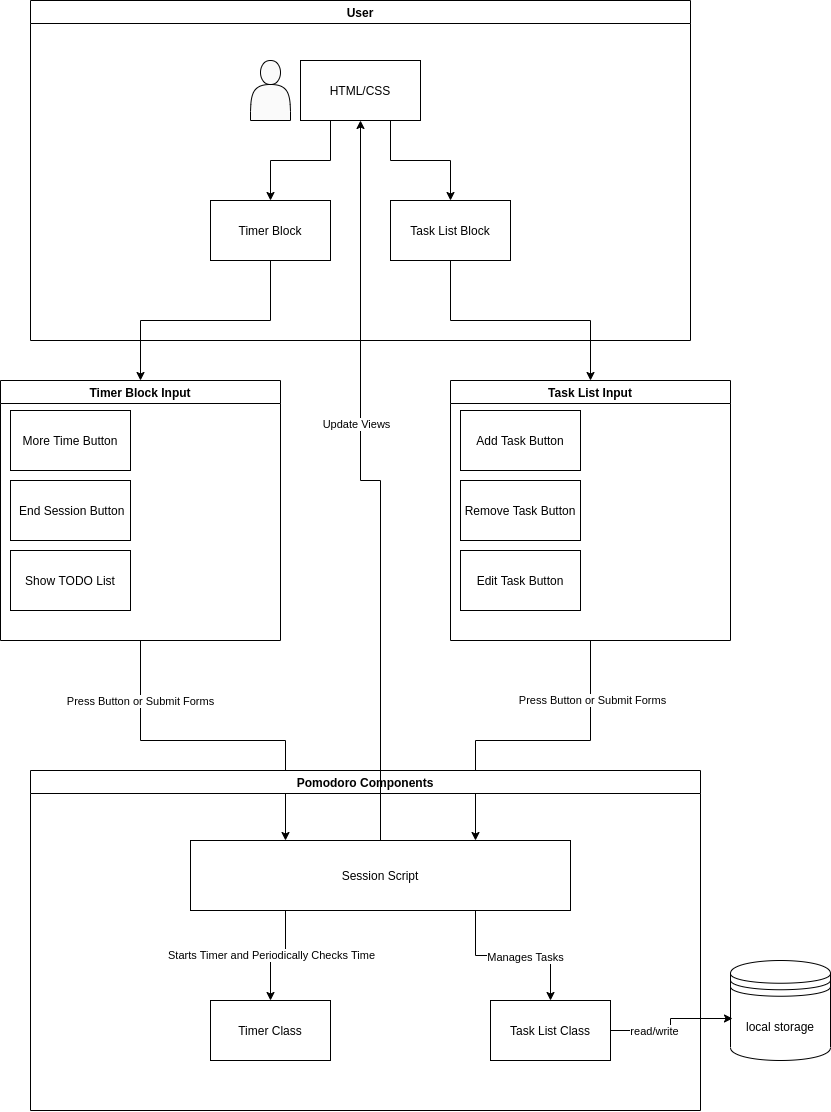
The draw.io diagram admin/pitch/systemdiagram.drawio.png in CSE-110-Group-29/Electric-Pomato, before a commit. Source tidied: cells renumbered, new cells last; positions are measured from the earlier drawing's top-left corner, leaving out a move shared by most shapes.
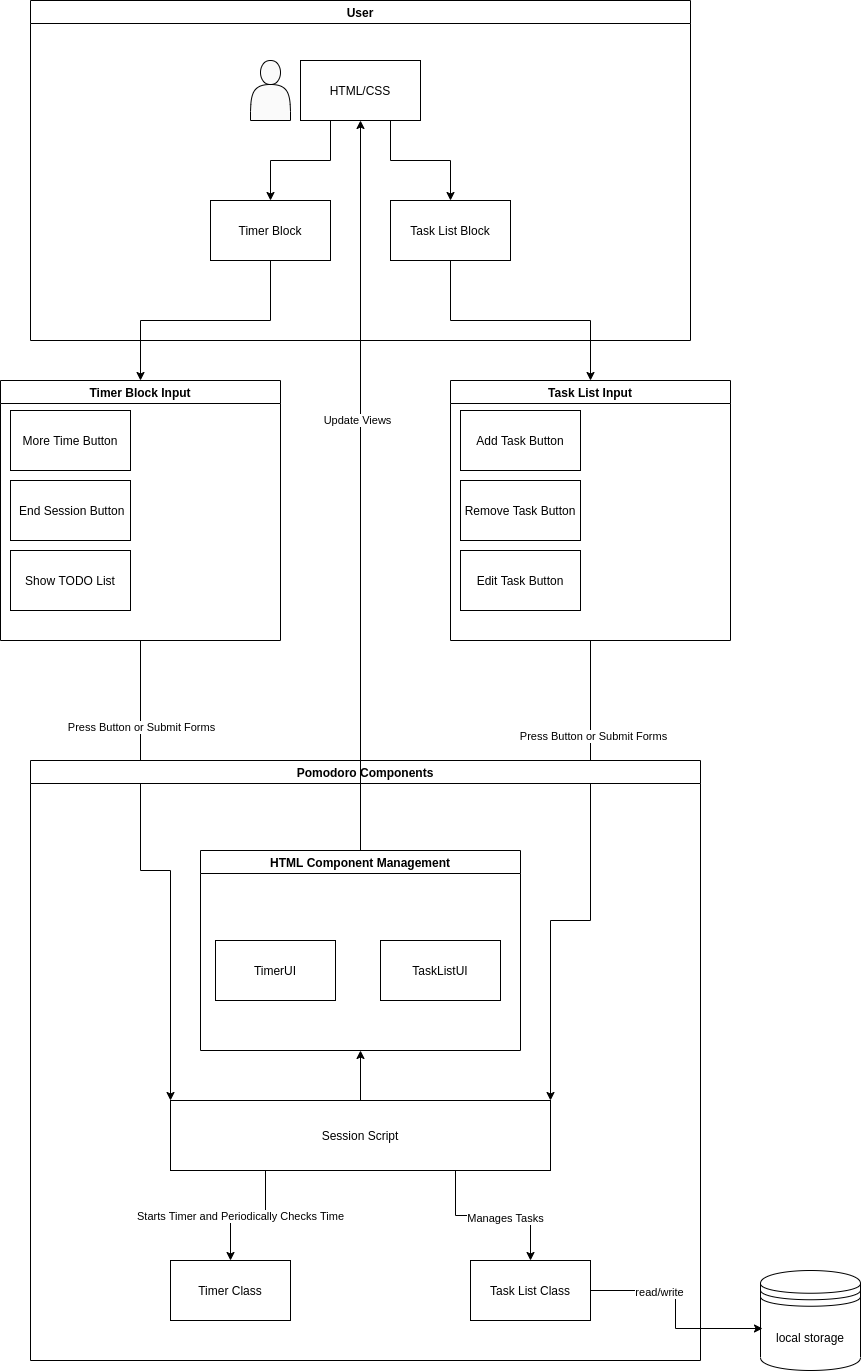
The same file after the commit.

Commit message:
TimerUI and TaskListUI are included now

What changed in the source:
```diff
@@ -23,7 +23,7 @@
     <mxCell id="8" style="shape=actor;whiteSpace=wrap;html=1;gradientColor=none;fillColor=#FAFAFA;" parent="2" vertex="1">
       <mxGeometry x="220" y="60" width="40" height="60" as="geometry" />
     </mxCell>
-    <mxCell id="9" style="edgeStyle=orthogonalEdgeStyle;rounded=0;jettySize=auto;html=1;exitX=0.5;exitY=1;exitDx=0;exitDy=0;entryX=0.25;entryY=0;entryDx=0;entryDy=0;" parent="1" edge="1" source="11" target="28">
+    <mxCell id="9" style="edgeStyle=orthogonalEdgeStyle;rounded=0;jettySize=auto;html=1;exitX=0.5;exitY=1;exitDx=0;exitDy=0;entryX=0;entryY=0;entryDx=0;entryDy=0;" parent="1" edge="1" source="11" target="28">
       <mxGeometry relative="1" as="geometry" />
     </mxCell>
     <mxCell id="10" value="Press Button or Submit Forms" style="edgeLabel;html=1;align=center;verticalAlign=middle;" parent="9" vertex="1">
@@ -44,11 +44,11 @@
     <mxCell id="15" style="edgeStyle=orthogonalEdgeStyle;rounded=0;jettySize=auto;html=1;exitX=0.5;exitY=1;exitDx=0;exitDy=0;entryX=0.5;entryY=0;entryDx=0;entryDy=0;" parent="1" edge="1" source="6" target="11">
       <mxGeometry relative="1" as="geometry" />
     </mxCell>
-    <mxCell id="16" style="edgeStyle=orthogonalEdgeStyle;rounded=0;jettySize=auto;html=1;exitX=0.5;exitY=1;exitDx=0;exitDy=0;entryX=0.75;entryY=0;entryDx=0;entryDy=0;" parent="1" edge="1" source="18" target="28">
+    <mxCell id="16" style="edgeStyle=orthogonalEdgeStyle;rounded=0;jettySize=auto;html=1;exitX=0.5;exitY=1;exitDx=0;exitDy=0;entryX=1;entryY=0;entryDx=0;entryDy=0;" parent="1" edge="1" source="18" target="28">
       <mxGeometry relative="1" as="geometry">
         <Array as="points">
-          <mxPoint x="590" y="740" />
-          <mxPoint x="475" y="740" />
+          <mxPoint x="590" y="920" />
+          <mxPoint x="550" y="920" />
         </Array>
       </mxGeometry>
     </mxCell>
@@ -71,7 +71,7 @@
       <mxGeometry relative="1" as="geometry" />
     </mxCell>
     <mxCell id="23" value="Pomodoro Components" style="swimlane;" parent="1" vertex="1">
-      <mxGeometry x="30" y="770" width="670" height="340" as="geometry" />
+      <mxGeometry x="30" y="760" width="670" height="600" as="geometry" />
     </mxCell>
     <mxCell id="24" style="edgeStyle=orthogonalEdgeStyle;rounded=0;jettySize=auto;html=1;exitX=0.25;exitY=1;exitDx=0;exitDy=0;" parent="23" edge="1" source="28" target="29">
       <mxGeometry relative="1" as="geometry" />
@@ -86,16 +86,28 @@
       <mxGeometry x="0.14" y="-2" relative="1" as="geometry" />
     </mxCell>
     <mxCell id="28" value="Session Script" style="rounded=0;whiteSpace=wrap;html=1;" parent="23" vertex="1">
-      <mxGeometry x="160" y="70" width="380" height="70" as="geometry" />
+      <mxGeometry x="140" y="340" width="380" height="70" as="geometry" />
     </mxCell>
     <mxCell id="29" value="Timer Class" style="rounded=0;whiteSpace=wrap;html=1;" parent="23" vertex="1">
-      <mxGeometry x="180" y="230" width="120" height="60" as="geometry" />
+      <mxGeometry x="140" y="500" width="120" height="60" as="geometry" />
     </mxCell>
     <mxCell id="30" value="Task List Class" style="rounded=0;whiteSpace=wrap;html=1;" parent="23" vertex="1">
-      <mxGeometry x="460" y="230" width="120" height="60" as="geometry" />
+      <mxGeometry x="440" y="500" width="120" height="60" as="geometry" />
     </mxCell>
+    <mxCell id="36" value="HTML Component Management" style="swimlane;" parent="23" vertex="1">
+      <mxGeometry x="170" y="90" width="320" height="200" as="geometry" />
+    </mxCell>
+    <mxCell id="37" value="TimerUI" style="rounded=0;whiteSpace=wrap;html=1;" parent="36" vertex="1">
+      <mxGeometry x="15" y="90" width="120" height="60" as="geometry" />
+    </mxCell>
+    <mxCell id="38" value="TaskListUI" style="rounded=0;whiteSpace=wrap;html=1;" parent="36" vertex="1">
+      <mxGeometry x="180" y="90" width="120" height="60" as="geometry" />
+    </mxCell>
+    <mxCell id="39" style="edgeStyle=orthogonalEdgeStyle;rounded=0;jettySize=auto;html=1;exitX=0.5;exitY=0;exitDx=0;exitDy=0;entryX=0.5;entryY=1;entryDx=0;entryDy=0;" parent="23" edge="1" source="28" target="36">
+      <mxGeometry relative="1" as="geometry" />
+    </mxCell>
     <mxCell id="31" value="local storage&lt;br&gt;" style="shape=datastore;whiteSpace=wrap;html=1;" parent="1" vertex="1">
-      <mxGeometry x="730" y="960" width="100" height="100" as="geometry" />
+      <mxGeometry x="760" y="1270" width="100" height="100" as="geometry" />
     </mxCell>
     <mxCell id="32" style="edgeStyle=orthogonalEdgeStyle;rounded=0;jettySize=auto;html=1;exitX=1;exitY=0.5;exitDx=0;exitDy=0;entryX=0.02;entryY=0.58;entryDx=0;entryDy=0;entryPerimeter=0;" parent="1" edge="1" source="30" target="31">
       <mxGeometry relative="1" as="geometry" />
@@ -103,7 +115,7 @@
     <mxCell id="33" value="read/write" style="edgeLabel;html=1;align=center;verticalAlign=middle;" parent="32" vertex="1">
       <mxGeometry x="-0.36" y="-1" relative="1" as="geometry" />
     </mxCell>
-    <mxCell id="34" style="edgeStyle=orthogonalEdgeStyle;rounded=0;jettySize=auto;html=1;exitX=0.5;exitY=0;exitDx=0;exitDy=0;" parent="1" edge="1" source="28" target="5">
+    <mxCell id="34" style="edgeStyle=orthogonalEdgeStyle;rounded=0;jettySize=auto;html=1;exitX=0.5;exitY=0;exitDx=0;exitDy=0;" parent="1" edge="1" source="36" target="5">
       <mxGeometry relative="1" as="geometry" />
     </mxCell>
     <mxCell id="35" value="Update Views" style="edgeLabel;html=1;align=center;verticalAlign=middle;" parent="34" vertex="1">
```
